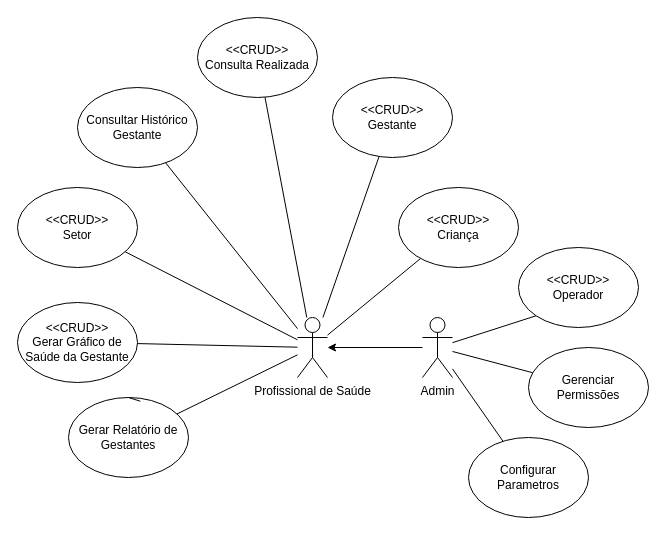
LuizGustavoNascimeto/draw.io keeps this draw.io diagram as Diagrama de Casos de Uso.drawio. Above is the earlier version. Source tidied: cells renumbered, new cells numbered last; positions are measured from the earlier drawing's top-left corner, leaving out a move shared by most shapes. Both pictures are drawn from the tidied source at 100%, with x=0, y=0 at pixel (17, 17).
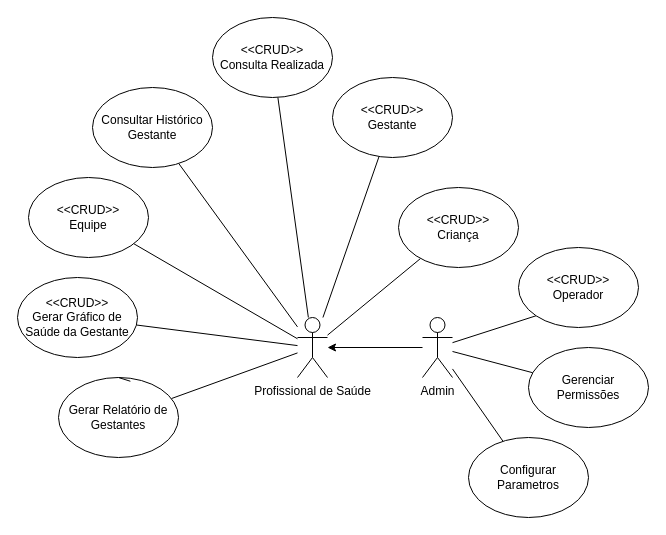
After the change.

Change to the diagram source:
```diff
@@
     <mxCell id="3" value="&lt;div&gt;&amp;lt;&amp;lt;CRUD&amp;gt;&amp;gt;&lt;/div&gt;&lt;div&gt;Consulta Realizada&lt;br&gt;&lt;/div&gt;" style="ellipse;whiteSpace=wrap;html=1;" parent="1" vertex="1">
-      <mxGeometry x="180" width="120" height="80" as="geometry" />
+      <mxGeometry x="195" width="120" height="80" as="geometry" />
     </mxCell>
@@
     <mxCell id="8" value="&lt;div&gt;&amp;lt;&amp;lt;CRUD&amp;gt;&amp;gt;&lt;/div&gt;&lt;div&gt;Gerar Gráfico de Saúde da Gestante&lt;br&gt;&lt;/div&gt;" style="ellipse;whiteSpace=wrap;html=1;" parent="1" vertex="1">
-      <mxGeometry y="285" width="120" height="80" as="geometry" />
+      <mxGeometry y="260" width="120" height="80" as="geometry" />
     </mxCell>
@@
     <mxCell id="12" value="Consultar Histórico Gestante" style="ellipse;whiteSpace=wrap;html=1;" parent="1" vertex="1">
-      <mxGeometry x="60" y="70" width="120" height="80" as="geometry" />
+      <mxGeometry x="75" y="70" width="120" height="80" as="geometry" />
     </mxCell>
@@
-    <mxCell id="14" value="&lt;div&gt;&amp;lt;&amp;lt;CRUD&amp;gt;&amp;gt;&lt;/div&gt;&lt;div&gt;Setor&lt;/div&gt;" style="ellipse;whiteSpace=wrap;html=1;" parent="1" vertex="1">
-      <mxGeometry y="170" width="120" height="80" as="geometry" />
+    <mxCell id="14" value="&lt;div&gt;&amp;lt;&amp;lt;CRUD&amp;gt;&amp;gt;&lt;/div&gt;&lt;div&gt;Equipe&lt;/div&gt;" style="ellipse;whiteSpace=wrap;html=1;" parent="1" vertex="1">
+      <mxGeometry x="11" y="160" width="120" height="80" as="geometry" />
     </mxCell>
@@
     <mxCell id="16" value="Gerar Relatório de Gestantes" style="ellipse;whiteSpace=wrap;html=1;" parent="1" vertex="1">
-      <mxGeometry x="51" y="380" width="120" height="80" as="geometry" />
+      <mxGeometry x="41" y="360" width="120" height="80" as="geometry" />
     </mxCell>
```
